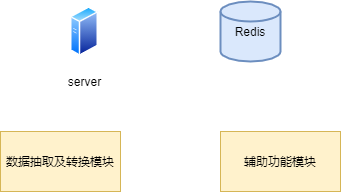
The draw.io diagram 数据抽取模块.png in bangyanli/story, before a commit. Source tidied: cells renumbered, new cells last; positions are measured from the earlier drawing's top-left corner, leaving out a move shared by most shapes.
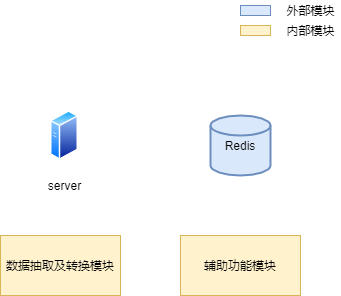
After the change.

Commit message:
Update 数据抽取模块.png

Diff of the diagram source:
```diff
@@ -3,19 +3,31 @@
     <mxCell id="0" />
     <mxCell id="1" parent="0" />
     <mxCell id="2" value="数据抽取及转换模块" style="rounded=0;whiteSpace=wrap;html=1;fillColor=#fff2cc;strokeColor=#d6b656;" parent="1" vertex="1">
-      <mxGeometry y="130" width="120" height="60" as="geometry" />
+      <mxGeometry x="20" y="130" width="120" height="60" as="geometry" />
     </mxCell>
     <mxCell id="3" value="辅助功能模块" style="whiteSpace=wrap;html=1;fillColor=#fff2cc;strokeColor=#d6b656;" parent="1" vertex="1">
-      <mxGeometry x="220" y="130" width="120" height="60" as="geometry" />
+      <mxGeometry x="200" y="130" width="120" height="60" as="geometry" />
     </mxCell>
     <mxCell id="4" style="perimeter=ellipsePerimeter;html=1;align=center;shadow=0;dashed=0;spacingTop=3;image;image=img/lib/active_directory/generic_server.svg;fillColor=#dae8fc;strokeColor=#6c8ebf;" parent="1" vertex="1">
       <mxGeometry x="70" y="5" width="28" height="50" as="geometry" />
     </mxCell>
     <mxCell id="5" value="Redis" style="strokeWidth=2;html=1;shape=mxgraph.flowchart.database;whiteSpace=wrap;fillColor=#dae8fc;strokeColor=#6c8ebf;" parent="1" vertex="1">
-      <mxGeometry x="220" width="60" height="60" as="geometry" />
+      <mxGeometry x="230" y="10" width="60" height="60" as="geometry" />
     </mxCell>
     <mxCell id="6" value="server" style="text;html=1;align=center;verticalAlign=middle;" parent="1" vertex="1">
       <mxGeometry x="59" y="70" width="50" height="20" as="geometry" />
     </mxCell>
+    <mxCell id="7" style="whiteSpace=wrap;html=1;fillColor=#dae8fc;strokeColor=#6c8ebf;" parent="1" vertex="1">
+      <mxGeometry x="260" y="-100" width="30" height="10" as="geometry" />
+    </mxCell>
+    <mxCell id="8" style="whiteSpace=wrap;html=1;fillColor=#fff2cc;strokeColor=#d6b656;" parent="1" vertex="1">
+      <mxGeometry x="260" y="-80" width="30" height="10" as="geometry" />
+    </mxCell>
+    <mxCell id="9" value="外部模块" style="text;html=1;align=center;verticalAlign=middle;" parent="1" vertex="1">
+      <mxGeometry x="300" y="-105" width="60" height="20" as="geometry" />
+    </mxCell>
+    <mxCell id="10" value="内部模块" style="text;html=1;align=center;verticalAlign=middle;" parent="1" vertex="1">
+      <mxGeometry x="300" y="-85" width="60" height="20" as="geometry" />
+    </mxCell>
   </root>
 </mxGraphModel>
```
